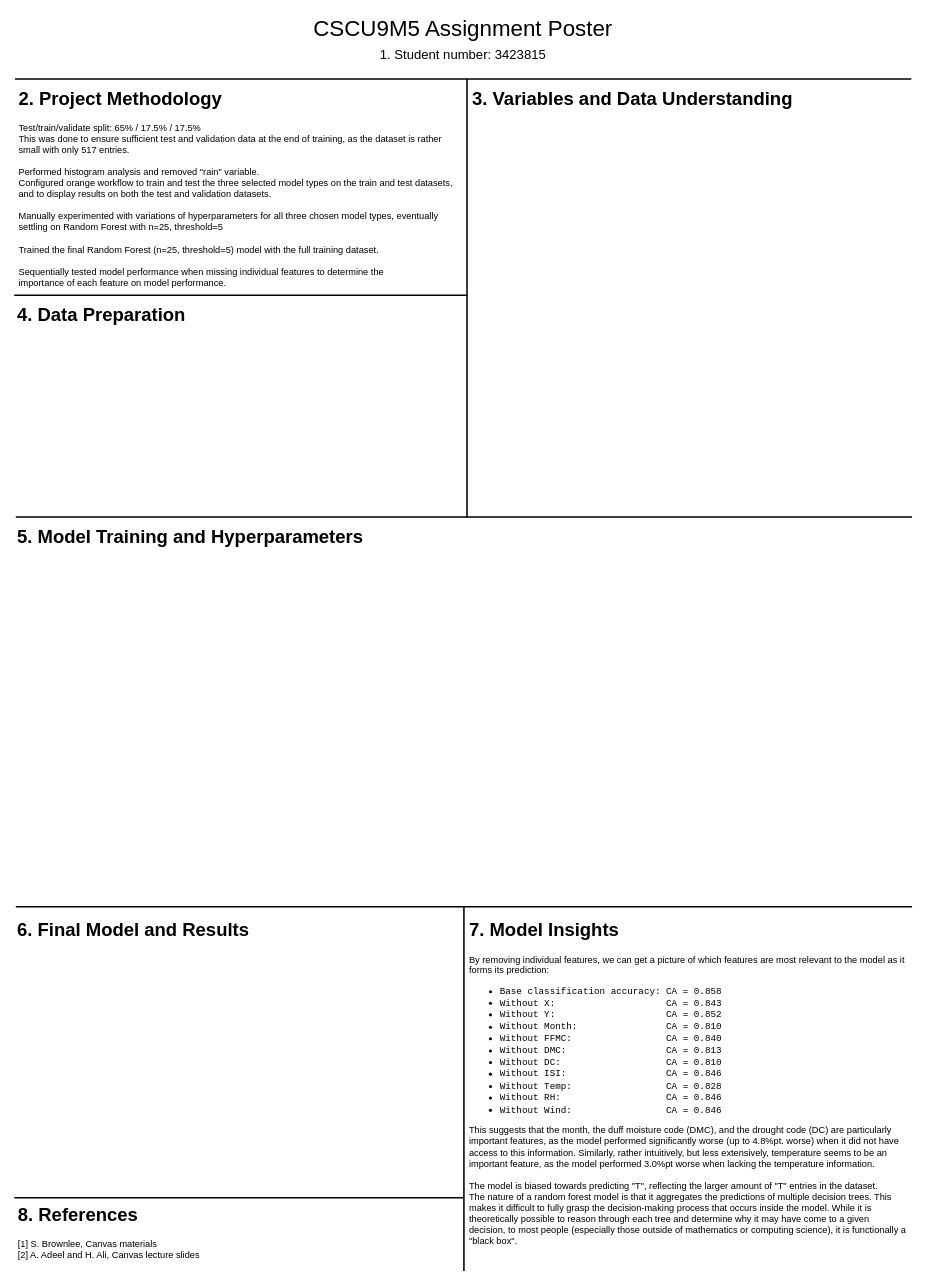
The draw.io diagram poster.drawio in AyOhEe/CSCU9M5-Assignment, before the edit. Source tidied: cells renumbered, new cells numbered last; positions are measured from the earlier drawing's top-left corner, leaving out a move shared by most shapes. Both pictures are drawn from the tidied source at 77%, with x=0, y=0 at pixel (14, 13).
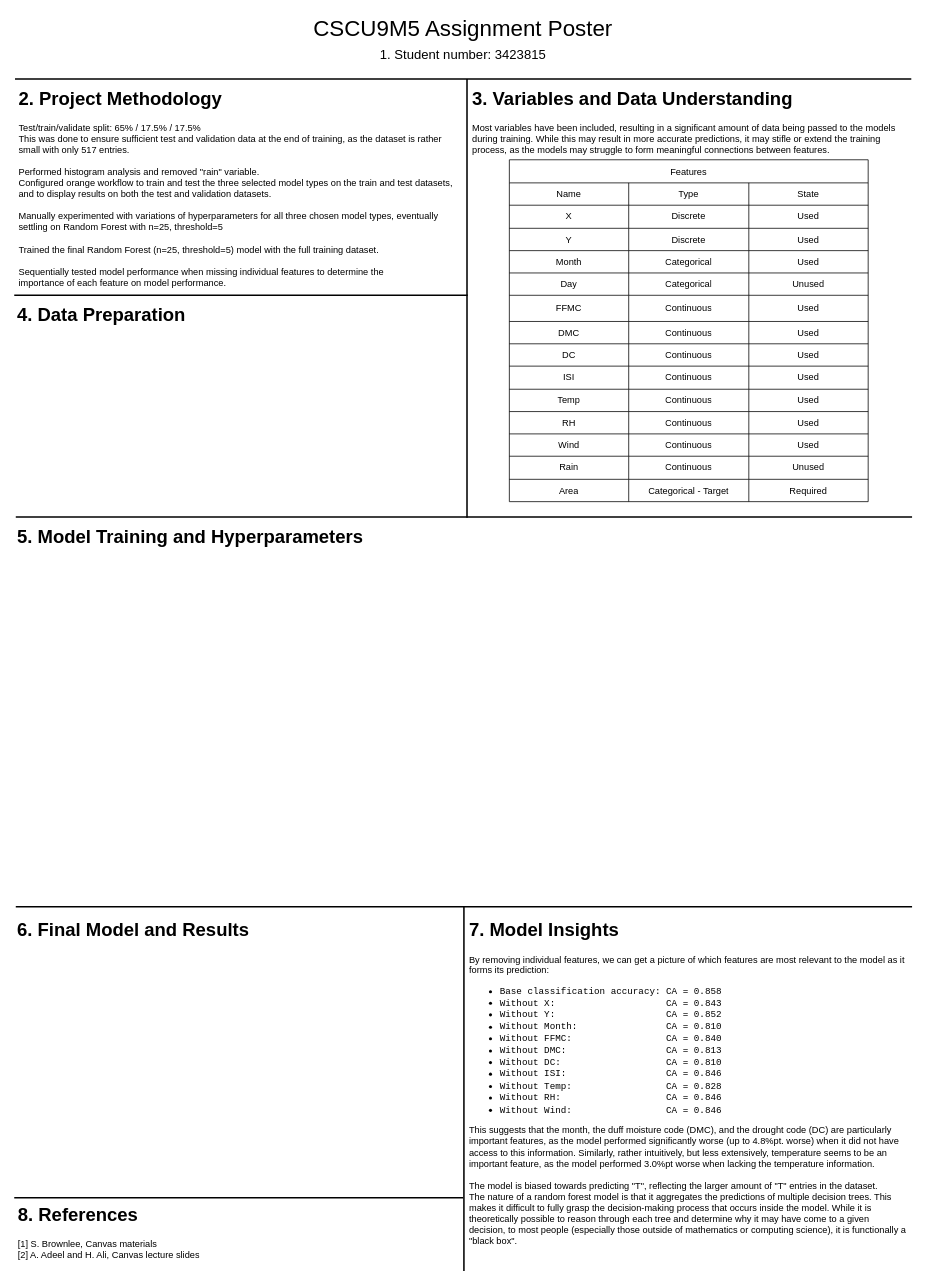
The same diagram, later.

Commit message:
Filled data understanding

The edit, as a diff of the source:
```diff
@@
-    <mxCell id="15" value="&lt;h1 style=&quot;margin-top: 0px;&quot;&gt;3. Variables and Data Understanding&lt;/h1&gt;&lt;div&gt;&lt;br&gt;&lt;/div&gt;" style="text;html=1;whiteSpace=wrap;overflow=hidden;rounded=0;" parent="1" vertex="1">
-      <mxGeometry x="593" y="90" width="566" height="560" as="geometry" />
+    <mxCell id="15" value="&lt;h1 style=&quot;margin-top: 0px;&quot;&gt;3. Variables and Data Understanding&lt;/h1&gt;&lt;div&gt;&lt;div&gt;Most variables have been included, resulting in a significant amount of data being passed to the models during training.&amp;nbsp;&lt;span style=&quot;background-color: transparent; color: light-dark(rgb(0, 0, 0), rgb(255, 255, 255));&quot;&gt;While this may result in more accurate predictions, it may stifle or extend the training process, as the models may struggle&amp;nbsp;&lt;/span&gt;&lt;span style=&quot;background-color: transparent; color: light-dark(rgb(0, 0, 0), rgb(255, 255, 255));&quot;&gt;to form meaningful connections between features.&lt;/span&gt;&lt;/div&gt;&lt;/div&gt;" style="text;html=1;whiteSpace=wrap;overflow=hidden;rounded=0;" parent="1" vertex="1">
+      <mxGeometry x="593" y="90" width="566" height="100" as="geometry" />
     </mxCell>
@@
+    <mxCell id="18" value="Features" style="shape=table;startSize=30;childLayout=tableLayout;" parent="1" vertex="1">
+      <mxGeometry x="643" y="190" width="466" height="444" as="geometry" />
+    </mxCell>
+    <mxCell id="19" style="shape=tableRow;horizontal=0;startSize=0;swimlaneHead=0;swimlaneBody=0;strokeColor=inherit;top=0;left=0;bottom=0;right=0;fillColor=none;" parent="18" vertex="1">
+      <mxGeometry y="30" width="466" height="29" as="geometry" />
+    </mxCell>
+    <mxCell id="20" value="Name" style="shape=partialRectangle;html=1;whiteSpace=wrap;strokeColor=inherit;overflow=hidden;fillColor=none;top=0;left=0;bottom=0;right=0;" parent="19" vertex="1">
+      <mxGeometry width="155" height="29" as="geometry" />
+    </mxCell>
+    <mxCell id="21" value="Type" style="shape=partialRectangle;html=1;whiteSpace=wrap;strokeColor=inherit;overflow=hidden;fillColor=none;top=0;left=0;bottom=0;right=0;" parent="19" vertex="1">
+      <mxGeometry x="155" width="156" height="29" as="geometry" />
+    </mxCell>
+    <mxCell id="22" value="State" style="shape=partialRectangle;html=1;whiteSpace=wrap;strokeColor=inherit;overflow=hidden;fillColor=none;top=0;left=0;bottom=0;right=0;" parent="19" vertex="1">
+      <mxGeometry x="311" width="155" height="29" as="geometry" />
+    </mxCell>
+    <mxCell id="23" style="shape=tableRow;horizontal=0;startSize=0;swimlaneHead=0;swimlaneBody=0;strokeColor=inherit;top=0;left=0;bottom=0;right=0;fillColor=none;" parent="18" vertex="1">
+      <mxGeometry y="59" width="466" height="30" as="geometry" />
+    </mxCell>
+    <mxCell id="24" value="X" style="shape=partialRectangle;html=1;whiteSpace=wrap;strokeColor=inherit;overflow=hidden;fillColor=none;top=0;left=0;bottom=0;right=0;" parent="23" vertex="1">
+      <mxGeometry width="155" height="30" as="geometry" />
+    </mxCell>
+    <mxCell id="25" value="Discrete" style="shape=partialRectangle;html=1;whiteSpace=wrap;strokeColor=inherit;overflow=hidden;fillColor=none;top=0;left=0;bottom=0;right=0;" parent="23" vertex="1">
+      <mxGeometry x="155" width="156" height="30" as="geometry" />
+    </mxCell>
+    <mxCell id="26" value="Used" style="shape=partialRectangle;html=1;whiteSpace=wrap;strokeColor=inherit;overflow=hidden;fillColor=none;top=0;left=0;bottom=0;right=0;" parent="23" vertex="1">
+      <mxGeometry x="311" width="155" height="30" as="geometry" />
+    </mxCell>
+    <mxCell id="27" style="shape=tableRow;horizontal=0;startSize=0;swimlaneHead=0;swimlaneBody=0;strokeColor=inherit;top=0;left=0;bottom=0;right=0;fillColor=none;" parent="18" vertex="1">
+      <mxGeometry y="89" width="466" height="29" as="geometry" />
+    </mxCell>
+    <mxCell id="28" value="Y" style="shape=partialRectangle;html=1;whiteSpace=wrap;strokeColor=inherit;overflow=hidden;fillColor=none;top=0;left=0;bottom=0;right=0;" parent="27" vertex="1">
+      <mxGeometry width="155" height="29" as="geometry" />
+    </mxCell>
+    <mxCell id="29" value="Discrete" style="shape=partialRectangle;html=1;whiteSpace=wrap;strokeColor=inherit;overflow=hidden;fillColor=none;top=0;left=0;bottom=0;right=0;" parent="27" vertex="1">
+      <mxGeometry x="155" width="156" height="29" as="geometry" />
+    </mxCell>
+    <mxCell id="30" value="Used" style="shape=partialRectangle;html=1;whiteSpace=wrap;strokeColor=inherit;overflow=hidden;fillColor=none;top=0;left=0;bottom=0;right=0;" parent="27" vertex="1">
+      <mxGeometry x="311" width="155" height="29" as="geometry" />
+    </mxCell>
+    <mxCell id="31" style="shape=tableRow;horizontal=0;startSize=0;swimlaneHead=0;swimlaneBody=0;strokeColor=inherit;top=0;left=0;bottom=0;right=0;fillColor=none;" parent="18" vertex="1">
+      <mxGeometry y="118" width="466" height="29" as="geometry" />
+    </mxCell>
+    <mxCell id="32" value="Month" style="shape=partialRectangle;html=1;whiteSpace=wrap;strokeColor=inherit;overflow=hidden;fillColor=none;top=0;left=0;bottom=0;right=0;" parent="31" vertex="1">
+      <mxGeometry width="155" height="29" as="geometry" />
+    </mxCell>
+    <mxCell id="33" value="Categorical" style="shape=partialRectangle;html=1;whiteSpace=wrap;strokeColor=inherit;overflow=hidden;fillColor=none;top=0;left=0;bottom=0;right=0;" parent="31" vertex="1">
+      <mxGeometry x="155" width="156" height="29" as="geometry" />
+    </mxCell>
+    <mxCell id="34" value="Used" style="shape=partialRectangle;html=1;whiteSpace=wrap;strokeColor=inherit;overflow=hidden;fillColor=none;top=0;left=0;bottom=0;right=0;" parent="31" vertex="1">
+      <mxGeometry x="311" width="155" height="29" as="geometry" />
+    </mxCell>
+    <mxCell id="35" style="shape=tableRow;horizontal=0;startSize=0;swimlaneHead=0;swimlaneBody=0;strokeColor=inherit;top=0;left=0;bottom=0;right=0;fillColor=none;" parent="18" vertex="1">
+      <mxGeometry y="147" width="466" height="29" as="geometry" />
+    </mxCell>
+    <mxCell id="36" value="Day" style="shape=partialRectangle;html=1;whiteSpace=wrap;strokeColor=inherit;overflow=hidden;fillColor=none;top=0;left=0;bottom=0;right=0;" parent="35" vertex="1">
+      <mxGeometry width="155" height="29" as="geometry" />
+    </mxCell>
+    <mxCell id="37" value="Categorical" style="shape=partialRectangle;html=1;whiteSpace=wrap;strokeColor=inherit;overflow=hidden;fillColor=none;top=0;left=0;bottom=0;right=0;" parent="35" vertex="1">
+      <mxGeometry x="155" width="156" height="29" as="geometry" />
+    </mxCell>
+    <mxCell id="38" value="Unused" style="shape=partialRectangle;html=1;whiteSpace=wrap;strokeColor=inherit;overflow=hidden;fillColor=none;top=0;left=0;bottom=0;right=0;" parent="35" vertex="1">
+      <mxGeometry x="311" width="155" height="29" as="geometry" />
+    </mxCell>
+    <mxCell id="39" style="shape=tableRow;horizontal=0;startSize=0;swimlaneHead=0;swimlaneBody=0;strokeColor=inherit;top=0;left=0;bottom=0;right=0;fillColor=none;" parent="18" vertex="1">
+      <mxGeometry y="176" width="466" height="34" as="geometry" />
+    </mxCell>
+    <mxCell id="40" value="FFMC" style="shape=partialRectangle;html=1;whiteSpace=wrap;strokeColor=inherit;overflow=hidden;fillColor=none;top=0;left=0;bottom=0;right=0;" parent="39" vertex="1">
+      <mxGeometry width="155" height="34" as="geometry" />
+    </mxCell>
+    <mxCell id="41" value="Continuous" style="shape=partialRectangle;html=1;whiteSpace=wrap;strokeColor=inherit;overflow=hidden;fillColor=none;top=0;left=0;bottom=0;right=0;" parent="39" vertex="1">
+      <mxGeometry x="155" width="156" height="34" as="geometry" />
+    </mxCell>
+    <mxCell id="42" value="Used" style="shape=partialRectangle;html=1;whiteSpace=wrap;strokeColor=inherit;overflow=hidden;fillColor=none;top=0;left=0;bottom=0;right=0;" parent="39" vertex="1">
+      <mxGeometry x="311" width="155" height="34" as="geometry" />
+    </mxCell>
+    <mxCell id="43" style="shape=tableRow;horizontal=0;startSize=0;swimlaneHead=0;swimlaneBody=0;strokeColor=inherit;top=0;left=0;bottom=0;right=0;fillColor=none;" parent="18" vertex="1">
+      <mxGeometry y="210" width="466" height="29" as="geometry" />
+    </mxCell>
+    <mxCell id="44" value="DMC" style="shape=partialRectangle;html=1;whiteSpace=wrap;strokeColor=inherit;overflow=hidden;fillColor=none;top=0;left=0;bottom=0;right=0;" parent="43" vertex="1">
+      <mxGeometry width="155" height="29" as="geometry" />
+    </mxCell>
+    <mxCell id="45" value="Continuous" style="shape=partialRectangle;html=1;whiteSpace=wrap;strokeColor=inherit;overflow=hidden;fillColor=none;top=0;left=0;bottom=0;right=0;" parent="43" vertex="1">
+      <mxGeometry x="155" width="156" height="29" as="geometry" />
+    </mxCell>
+    <mxCell id="46" value="Used" style="shape=partialRectangle;html=1;whiteSpace=wrap;strokeColor=inherit;overflow=hidden;fillColor=none;top=0;left=0;bottom=0;right=0;" parent="43" vertex="1">
+      <mxGeometry x="311" width="155" height="29" as="geometry" />
+    </mxCell>
+    <mxCell id="47" style="shape=tableRow;horizontal=0;startSize=0;swimlaneHead=0;swimlaneBody=0;strokeColor=inherit;top=0;left=0;bottom=0;right=0;fillColor=none;" parent="18" vertex="1">
+      <mxGeometry y="239" width="466" height="29" as="geometry" />
+    </mxCell>
+    <mxCell id="48" value="DC" style="shape=partialRectangle;html=1;whiteSpace=wrap;strokeColor=inherit;overflow=hidden;fillColor=none;top=0;left=0;bottom=0;right=0;" parent="47" vertex="1">
+      <mxGeometry width="155" height="29" as="geometry" />
+    </mxCell>
+    <mxCell id="49" value="Continuous" style="shape=partialRectangle;html=1;whiteSpace=wrap;strokeColor=inherit;overflow=hidden;fillColor=none;top=0;left=0;bottom=0;right=0;" parent="47" vertex="1">
+      <mxGeometry x="155" width="156" height="29" as="geometry" />
+    </mxCell>
+    <mxCell id="50" value="Used" style="shape=partialRectangle;html=1;whiteSpace=wrap;strokeColor=inherit;overflow=hidden;fillColor=none;top=0;left=0;bottom=0;right=0;" parent="47" vertex="1">
+      <mxGeometry x="311" width="155" height="29" as="geometry" />
+    </mxCell>
+    <mxCell id="51" style="shape=tableRow;horizontal=0;startSize=0;swimlaneHead=0;swimlaneBody=0;strokeColor=inherit;top=0;left=0;bottom=0;right=0;fillColor=none;" parent="18" vertex="1">
+      <mxGeometry y="268" width="466" height="30" as="geometry" />
+    </mxCell>
+    <mxCell id="52" value="ISI" style="shape=partialRectangle;html=1;whiteSpace=wrap;strokeColor=inherit;overflow=hidden;fillColor=none;top=0;left=0;bottom=0;right=0;" parent="51" vertex="1">
+      <mxGeometry width="155" height="30" as="geometry" />
+    </mxCell>
+    <mxCell id="53" value="Continuous" style="shape=partialRectangle;html=1;whiteSpace=wrap;strokeColor=inherit;overflow=hidden;fillColor=none;top=0;left=0;bottom=0;right=0;" parent="51" vertex="1">
+      <mxGeometry x="155" width="156" height="30" as="geometry" />
+    </mxCell>
+    <mxCell id="54" value="Used" style="shape=partialRectangle;html=1;whiteSpace=wrap;strokeColor=inherit;overflow=hidden;fillColor=none;top=0;left=0;bottom=0;right=0;" parent="51" vertex="1">
+      <mxGeometry x="311" width="155" height="30" as="geometry" />
+    </mxCell>
+    <mxCell id="55" style="shape=tableRow;horizontal=0;startSize=0;swimlaneHead=0;swimlaneBody=0;strokeColor=inherit;top=0;left=0;bottom=0;right=0;fillColor=none;" parent="18" vertex="1">
+      <mxGeometry y="298" width="466" height="29" as="geometry" />
+    </mxCell>
+    <mxCell id="56" value="Temp" style="shape=partialRectangle;html=1;whiteSpace=wrap;strokeColor=inherit;overflow=hidden;fillColor=none;top=0;left=0;bottom=0;right=0;" parent="55" vertex="1">
+      <mxGeometry width="155" height="29" as="geometry" />
+    </mxCell>
+    <mxCell id="57" value="Continuous" style="shape=partialRectangle;html=1;whiteSpace=wrap;strokeColor=inherit;overflow=hidden;fillColor=none;top=0;left=0;bottom=0;right=0;" parent="55" vertex="1">
+      <mxGeometry x="155" width="156" height="29" as="geometry" />
+    </mxCell>
+    <mxCell id="58" value="Used" style="shape=partialRectangle;html=1;whiteSpace=wrap;strokeColor=inherit;overflow=hidden;fillColor=none;top=0;left=0;bottom=0;right=0;" parent="55" vertex="1">
+      <mxGeometry x="311" width="155" height="29" as="geometry" />
+    </mxCell>
+    <mxCell id="59" style="shape=tableRow;horizontal=0;startSize=0;swimlaneHead=0;swimlaneBody=0;strokeColor=inherit;top=0;left=0;bottom=0;right=0;fillColor=none;" parent="18" vertex="1">
+      <mxGeometry y="327" width="466" height="29" as="geometry" />
+    </mxCell>
+    <mxCell id="60" value="RH" style="shape=partialRectangle;html=1;whiteSpace=wrap;strokeColor=inherit;overflow=hidden;fillColor=none;top=0;left=0;bottom=0;right=0;" parent="59" vertex="1">
+      <mxGeometry width="155" height="29" as="geometry" />
+    </mxCell>
+    <mxCell id="61" value="Continuous" style="shape=partialRectangle;html=1;whiteSpace=wrap;strokeColor=inherit;overflow=hidden;fillColor=none;top=0;left=0;bottom=0;right=0;" parent="59" vertex="1">
+      <mxGeometry x="155" width="156" height="29" as="geometry" />
+    </mxCell>
+    <mxCell id="62" value="Used" style="shape=partialRectangle;html=1;whiteSpace=wrap;strokeColor=inherit;overflow=hidden;fillColor=none;top=0;left=0;bottom=0;right=0;" parent="59" vertex="1">
+      <mxGeometry x="311" width="155" height="29" as="geometry" />
+    </mxCell>
+    <mxCell id="63" style="shape=tableRow;horizontal=0;startSize=0;swimlaneHead=0;swimlaneBody=0;strokeColor=inherit;top=0;left=0;bottom=0;right=0;fillColor=none;" parent="18" vertex="1">
+      <mxGeometry y="356" width="466" height="29" as="geometry" />
+    </mxCell>
+    <mxCell id="64" value="Wind" style="shape=partialRectangle;html=1;whiteSpace=wrap;strokeColor=inherit;overflow=hidden;fillColor=none;top=0;left=0;bottom=0;right=0;" parent="63" vertex="1">
+      <mxGeometry width="155" height="29" as="geometry" />
+    </mxCell>
+    <mxCell id="65" value="Continuous" style="shape=partialRectangle;html=1;whiteSpace=wrap;strokeColor=inherit;overflow=hidden;fillColor=none;top=0;left=0;bottom=0;right=0;" parent="63" vertex="1">
+      <mxGeometry x="155" width="156" height="29" as="geometry" />
+    </mxCell>
+    <mxCell id="66" value="Used" style="shape=partialRectangle;html=1;whiteSpace=wrap;strokeColor=inherit;overflow=hidden;fillColor=none;top=0;left=0;bottom=0;right=0;" parent="63" vertex="1">
+      <mxGeometry x="311" width="155" height="29" as="geometry" />
+    </mxCell>
+    <mxCell id="67" style="shape=tableRow;horizontal=0;startSize=0;swimlaneHead=0;swimlaneBody=0;strokeColor=inherit;top=0;left=0;bottom=0;right=0;fillColor=none;" parent="18" vertex="1">
+      <mxGeometry y="385" width="466" height="30" as="geometry" />
+    </mxCell>
+    <mxCell id="68" value="Rain" style="shape=partialRectangle;html=1;whiteSpace=wrap;strokeColor=inherit;overflow=hidden;fillColor=none;top=0;left=0;bottom=0;right=0;" parent="67" vertex="1">
+      <mxGeometry width="155" height="30" as="geometry" />
+    </mxCell>
+    <mxCell id="69" value="Continuous" style="shape=partialRectangle;html=1;whiteSpace=wrap;strokeColor=inherit;overflow=hidden;fillColor=none;top=0;left=0;bottom=0;right=0;" parent="67" vertex="1">
+      <mxGeometry x="155" width="156" height="30" as="geometry" />
+    </mxCell>
+    <mxCell id="70" value="Unused" style="shape=partialRectangle;html=1;whiteSpace=wrap;strokeColor=inherit;overflow=hidden;fillColor=none;top=0;left=0;bottom=0;right=0;" parent="67" vertex="1">
+      <mxGeometry x="311" width="155" height="30" as="geometry" />
+    </mxCell>
+    <mxCell id="71" style="shape=tableRow;horizontal=0;startSize=0;swimlaneHead=0;swimlaneBody=0;strokeColor=inherit;top=0;left=0;bottom=0;right=0;fillColor=none;" parent="18" vertex="1">
+      <mxGeometry y="415" width="466" height="29" as="geometry" />
+    </mxCell>
+    <mxCell id="72" value="Area" style="shape=partialRectangle;html=1;whiteSpace=wrap;strokeColor=inherit;overflow=hidden;fillColor=none;top=0;left=0;bottom=0;right=0;" parent="71" vertex="1">
+      <mxGeometry width="155" height="29" as="geometry" />
+    </mxCell>
+    <mxCell id="73" value="Categorical - Target" style="shape=partialRectangle;html=1;whiteSpace=wrap;strokeColor=inherit;overflow=hidden;fillColor=none;top=0;left=0;bottom=0;right=0;" parent="71" vertex="1">
+      <mxGeometry x="155" width="156" height="29" as="geometry" />
+    </mxCell>
+    <mxCell id="74" value="Required" style="shape=partialRectangle;html=1;whiteSpace=wrap;strokeColor=inherit;overflow=hidden;fillColor=none;top=0;left=0;bottom=0;right=0;" parent="71" vertex="1">
+      <mxGeometry x="311" width="155" height="29" as="geometry" />
+    </mxCell>
```
